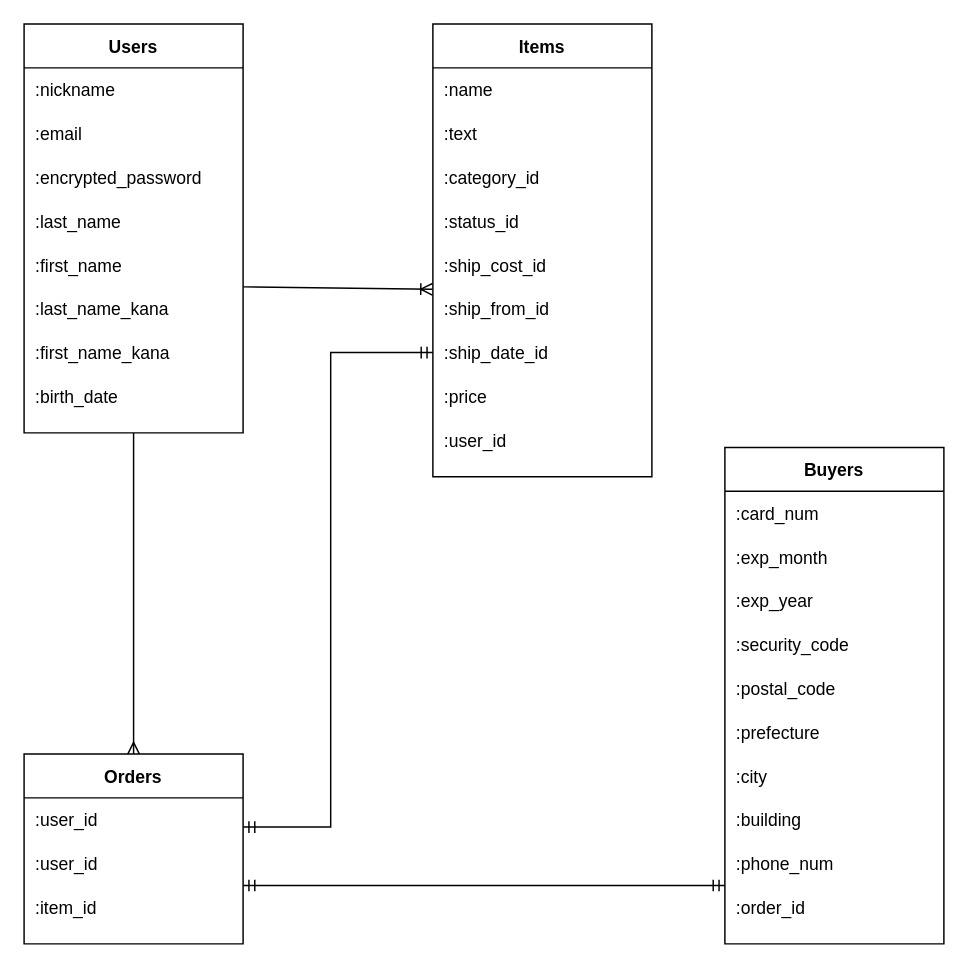
Earlier version of the draw.io diagram DB設計.dio (emisuke0301/furima-35227). Source tidied: cells renumbered, new cells numbered last; positions are measured from the earlier drawing's top-left corner, leaving out a move shared by most shapes. Both pictures are drawn from the tidied source at 146%, with x=0, y=0 at pixel (23, 23).
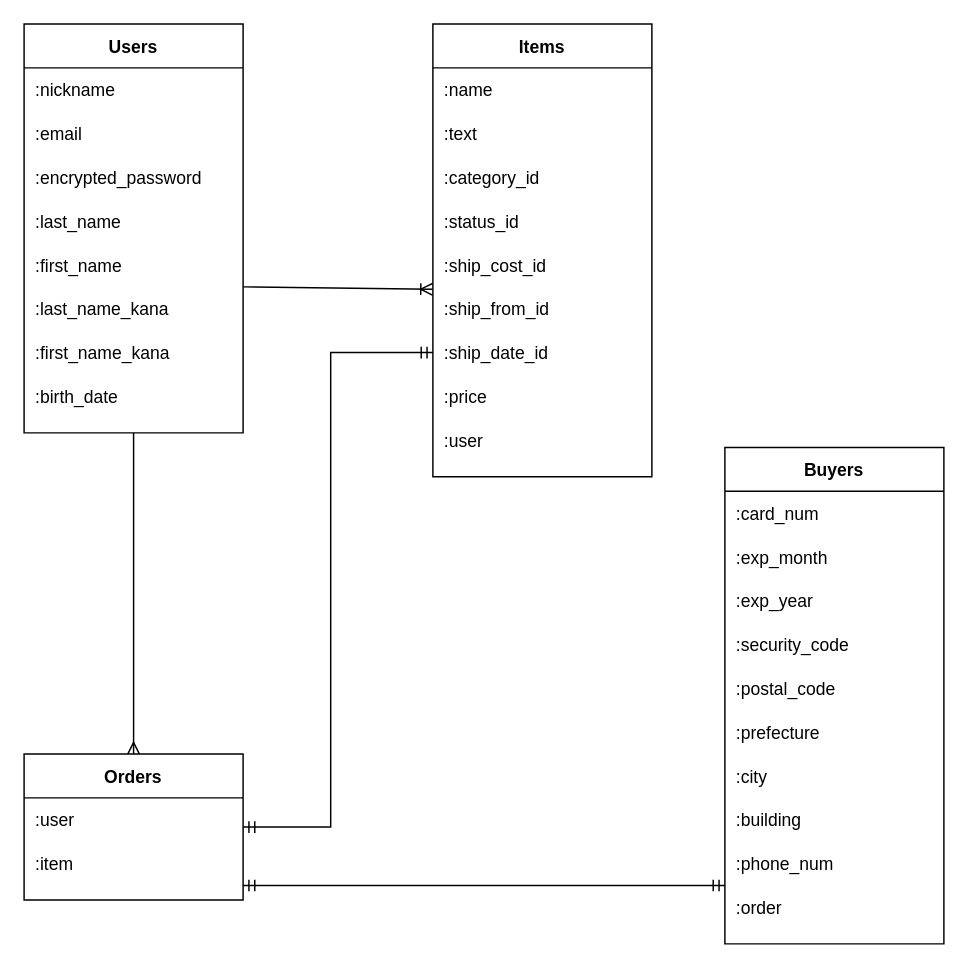
The same diagram, later.

Commit message (it also covers changes not shown here):
外部キーのカラム名を修正

The change refers to these unchanged cells:
```xml
<mxCell id="37" style="shape=partialRectangle;fillColor=none;top=0;left=0;bottom=0;right=0;" parent="20" vertex="1">
  <mxGeometry y="270" width="150" height="30" as="geometry" />
</mxCell>
<mxCell id="65" style="shape=partialRectangle;fillColor=none;top=0;left=0;bottom=0;right=0;" parent="46" vertex="1">
  <mxGeometry y="300" width="150" height="30" as="geometry" />
</mxCell>
```

What changed in the source:
```diff
@@
-    <mxCell id="38" value=":user_id" style="shape=partialRectangle;fillColor=none;top=0;left=0;bottom=0;right=0;align=left;spacingLeft=6;overflow=hidden;" parent="37" vertex="1">
+    <mxCell id="38" value=":user" style="shape=partialRectangle;fillColor=none;top=0;left=0;bottom=0;right=0;align=left;spacingLeft=6;overflow=hidden;" parent="37" vertex="1">
       <mxGeometry width="150" height="30" as="geometry" />
     </mxCell>
     <mxCell id="39" value="Orders" style="shape=table;startSize=30;childLayout=tableLayout;rowLines=0;fontStyle=1;align=center;" parent="1" vertex="1">
-      <mxGeometry y="500" width="150" height="130" as="geometry" />
+      <mxGeometry y="500" width="150" height="100" as="geometry" />
     </mxCell>
-    <mxCell id="40" style="shape=partialRectangle;fillColor=none;top=0;left=0;bottom=0;right=0;" parent="39" vertex="1">
-      <mxGeometry y="30" width="150" height="30" as="geometry" />
-    </mxCell>
-    <mxCell id="41" value=":user_id" style="shape=partialRectangle;fillColor=none;top=0;left=0;bottom=0;right=0;align=left;spacingLeft=6;overflow=hidden;" parent="40" vertex="1">
-      <mxGeometry width="150" height="30" as="geometry" />
-    </mxCell>
     <mxCell id="42" style="shape=partialRectangle;fillColor=none;top=0;left=0;bottom=0;right=0;" parent="39" vertex="1">
-      <mxGeometry y="60" width="150" height="30" as="geometry" />
+      <mxGeometry y="30" width="150" height="30" as="geometry" />
     </mxCell>
-    <mxCell id="43" value=":user_id" style="shape=partialRectangle;fillColor=none;top=0;left=0;bottom=0;right=0;align=left;spacingLeft=6;overflow=hidden;" parent="42" vertex="1">
+    <mxCell id="43" value=":user" style="shape=partialRectangle;fillColor=none;top=0;left=0;bottom=0;right=0;align=left;spacingLeft=6;overflow=hidden;" parent="42" vertex="1">
       <mxGeometry width="150" height="30" as="geometry" />
     </mxCell>
     <mxCell id="44" style="shape=partialRectangle;fillColor=none;top=0;left=0;bottom=0;right=0;" parent="39" vertex="1">
-      <mxGeometry y="90" width="150" height="30" as="geometry" />
+      <mxGeometry y="60" width="150" height="30" as="geometry" />
     </mxCell>
-    <mxCell id="45" value=":item_id" style="shape=partialRectangle;fillColor=none;top=0;left=0;bottom=0;right=0;align=left;spacingLeft=6;overflow=hidden;" parent="44" vertex="1">
+    <mxCell id="45" value=":item" style="shape=partialRectangle;fillColor=none;top=0;left=0;bottom=0;right=0;align=left;spacingLeft=6;overflow=hidden;" parent="44" vertex="1">
       <mxGeometry width="150" height="30" as="geometry" />
     </mxCell>
@@
-    <mxCell id="66" value=":order_id" style="shape=partialRectangle;fillColor=none;top=0;left=0;bottom=0;right=0;align=left;spacingLeft=6;overflow=hidden;" parent="65" vertex="1">
+    <mxCell id="66" value=":order" style="shape=partialRectangle;fillColor=none;top=0;left=0;bottom=0;right=0;align=left;spacingLeft=6;overflow=hidden;" parent="65" vertex="1">
       <mxGeometry width="150" height="30" as="geometry" />
     </mxCell>
```
